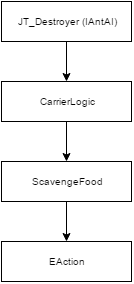
This is img/hierachy.png from hardboilr/AIAntKiller, a draw.io export, as it was before one commit. Source tidied: cells renumbered, new cells last; positions are measured from the earlier drawing's top-left corner, leaving out a move shared by most shapes.
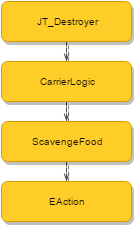
Above is the later version.

What changed in the source:
```diff
@@ -2,26 +2,26 @@
   <root>
     <mxCell id="0" />
     <mxCell id="1" parent="0" />
-    <mxCell id="2" style="edgeStyle=orthogonalEdgeStyle;rounded=0;html=1;jettySize=auto;fontSize=10;" parent="1" edge="1" source="3" target="5">
+    <mxCell id="2" style="edgeStyle=orthogonalEdgeStyle;rounded=0;html=1;jettySize=auto;fontSize=10;strokeColor=#474747;shadow=1;dashed=1;endArrow=openThin;endFill=0;" parent="1" edge="1" source="3" target="5">
       <mxGeometry relative="1" as="geometry" />
     </mxCell>
-    <mxCell id="3" value="JT_Destroyer (IAntAI)" style="whiteSpace=wrap;html=1;fontSize=10;" parent="1" vertex="1">
+    <mxCell id="3" value="JT_Destroyer" style="whiteSpace=wrap;html=1;fontSize=10;plain-orange;rounded=1;glass=0;comic=0;shadow=1;gradientColor=none;" parent="1" vertex="1">
       <mxGeometry width="130" height="40" as="geometry" />
     </mxCell>
-    <mxCell id="4" style="edgeStyle=orthogonalEdgeStyle;rounded=0;html=1;jettySize=auto;fontSize=10;" parent="1" edge="1" source="5" target="7">
+    <mxCell id="4" style="edgeStyle=orthogonalEdgeStyle;rounded=0;html=1;jettySize=auto;fontSize=10;strokeColor=#474747;shadow=1;dashed=1;endArrow=openThin;endFill=0;" parent="1" edge="1" source="5" target="7">
       <mxGeometry relative="1" as="geometry" />
     </mxCell>
-    <mxCell id="5" value="CarrierLogic" style="whiteSpace=wrap;html=1;fontSize=10;" parent="1" vertex="1">
-      <mxGeometry y="80" width="130" height="40" as="geometry" />
+    <mxCell id="5" value="CarrierLogic" style="whiteSpace=wrap;html=1;fontSize=10;plain-orange;rounded=1;glass=0;comic=0;shadow=1;gradientColor=none;" parent="1" vertex="1">
+      <mxGeometry y="60" width="130" height="40" as="geometry" />
     </mxCell>
-    <mxCell id="6" style="edgeStyle=orthogonalEdgeStyle;rounded=0;html=1;jettySize=auto;fontSize=10;" parent="1" edge="1" source="7" target="8">
+    <mxCell id="6" style="edgeStyle=orthogonalEdgeStyle;rounded=0;html=1;jettySize=auto;fontSize=10;strokeColor=#474747;shadow=1;dashed=1;endArrow=openThin;endFill=0;" parent="1" edge="1" source="7" target="8">
       <mxGeometry relative="1" as="geometry" />
     </mxCell>
-    <mxCell id="7" value="ScavengeFood" style="whiteSpace=wrap;html=1;fontSize=10;" parent="1" vertex="1">
-      <mxGeometry y="160" width="130" height="40" as="geometry" />
+    <mxCell id="7" value="ScavengeFood" style="whiteSpace=wrap;html=1;fontSize=10;plain-orange;rounded=1;glass=0;comic=0;shadow=1;gradientColor=none;" parent="1" vertex="1">
+      <mxGeometry y="120" width="130" height="40" as="geometry" />
     </mxCell>
-    <mxCell id="8" value="EAction" style="whiteSpace=wrap;html=1;fontSize=10;" parent="1" vertex="1">
-      <mxGeometry y="240" width="130" height="40" as="geometry" />
+    <mxCell id="8" value="EAction" style="whiteSpace=wrap;html=1;fontSize=10;plain-orange;rounded=1;glass=0;comic=0;shadow=1;gradientColor=none;" parent="1" vertex="1">
+      <mxGeometry y="180" width="130" height="40" as="geometry" />
     </mxCell>
   </root>
 </mxGraphModel>
```
